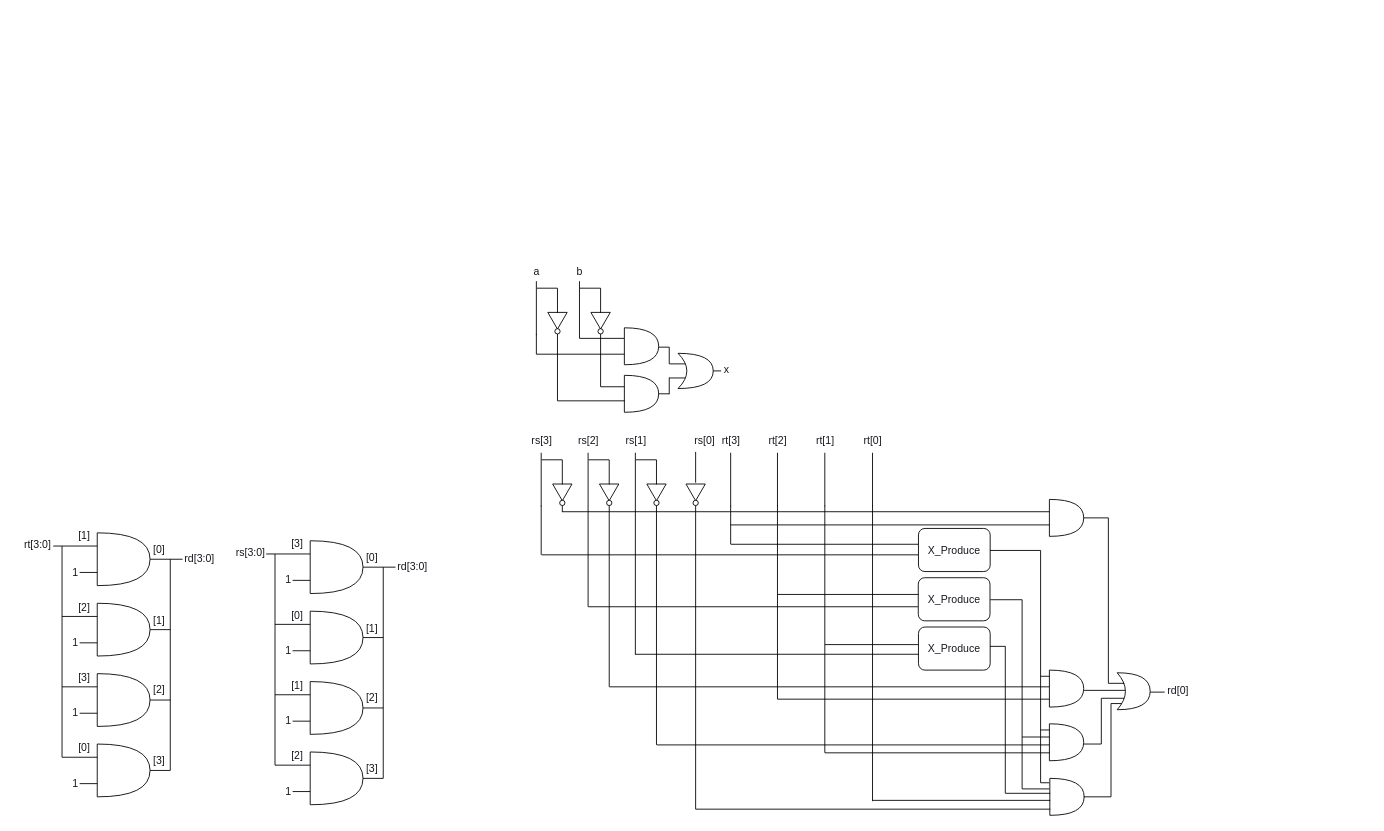
Above: LAB_2/LAB_2.srcs/sources_1/Decode_And_Execute_Function.dio in SamTech37/HD-Lab-Team30 (draw.io), before the change. Source tidied: cells renumbered, new cells numbered last; positions are measured from the earlier drawing's top-left corner, leaving out a move shared by most shapes. Both pictures are drawn from the tidied source at 88%, with x=0, y=0 at pixel (15, 260).
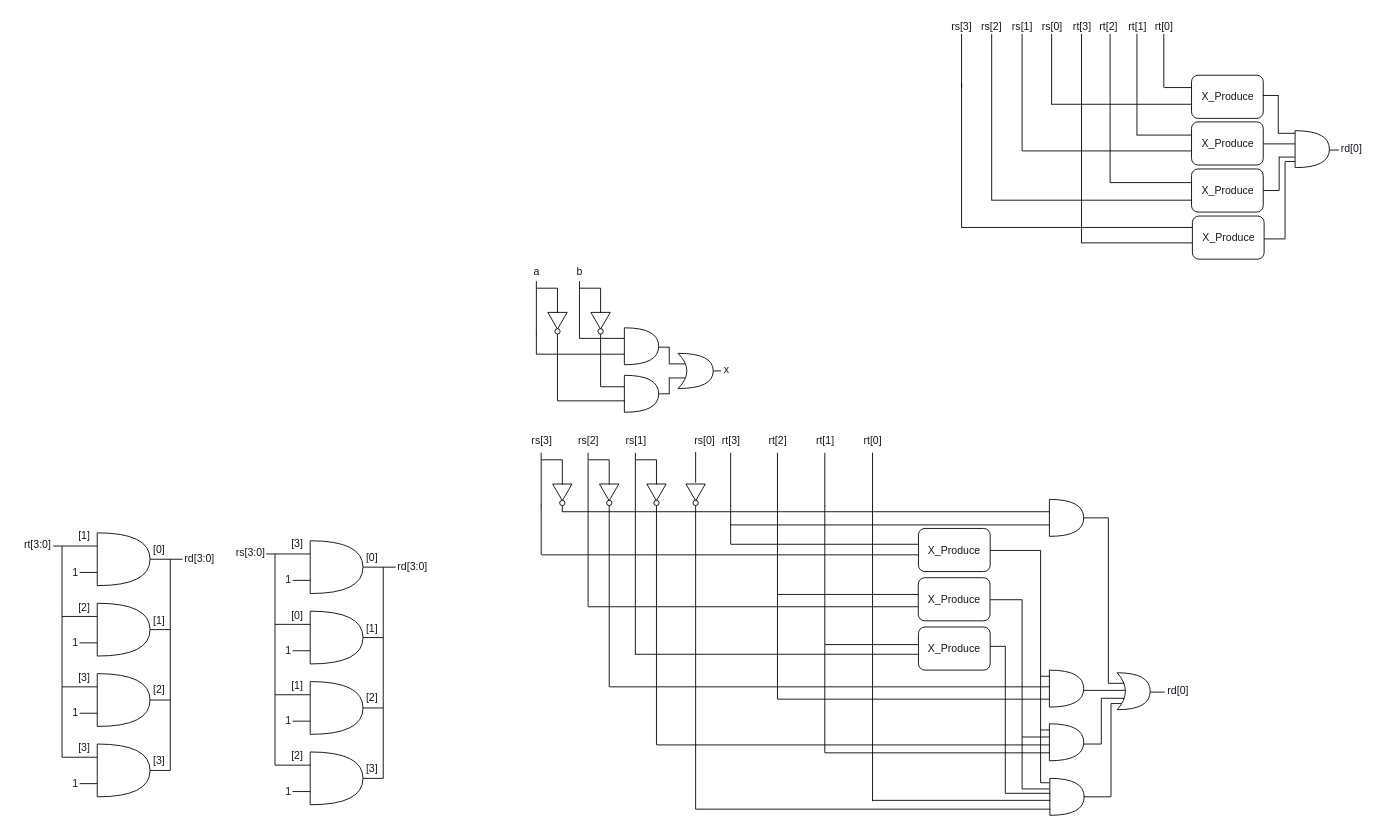
After the change.

Commit message:
add Decode and execute dio file

What changed in the source:
```diff
@@
-    <mxCell id="23" value="[0]" style="text;html=1;align=center;verticalAlign=middle;strokeColor=none;fillColor=none;fontColor=#18141D;" parent="1" vertex="1">
+    <mxCell id="23" value="[3]" style="text;html=1;align=center;verticalAlign=middle;strokeColor=none;fillColor=none;fontColor=#18141D;" parent="1" vertex="1">
       <mxGeometry x="62" y="540" width="31" height="26" as="geometry" />
     </mxCell>
@@
+    <mxCell id="182" value="rs[0]" style="text;html=1;align=center;verticalAlign=middle;strokeColor=none;fillColor=none;fontColor=#18141D;" parent="1" vertex="1">
+      <mxGeometry x="1157" y="-279" width="41" height="26" as="geometry" />
+    </mxCell>
+    <mxCell id="183" value="rs[1]" style="text;html=1;align=center;verticalAlign=middle;strokeColor=none;fillColor=none;fontColor=#18141D;" parent="1" vertex="1">
+      <mxGeometry x="1123.5" y="-279" width="41" height="26" as="geometry" />
+    </mxCell>
+    <mxCell id="184" value="rs[2]" style="text;html=1;align=center;verticalAlign=middle;strokeColor=none;fillColor=none;fontColor=#18141D;" parent="1" vertex="1">
+      <mxGeometry x="1088.9" y="-279" width="41" height="26" as="geometry" />
+    </mxCell>
+    <mxCell id="185" value="rs[3]" style="text;html=1;align=center;verticalAlign=middle;strokeColor=none;fillColor=none;fontColor=#18141D;" parent="1" vertex="1">
+      <mxGeometry x="1054.8" y="-279" width="41" height="26" as="geometry" />
+    </mxCell>
+    <mxCell id="186" value="rt[0]" style="text;html=1;align=center;verticalAlign=middle;strokeColor=none;fillColor=none;fontColor=#18141D;" parent="1" vertex="1">
+      <mxGeometry x="1285.5" y="-279" width="39" height="26" as="geometry" />
+    </mxCell>
+    <mxCell id="187" value="rt[1]" style="text;html=1;align=center;verticalAlign=middle;strokeColor=none;fillColor=none;fontColor=#18141D;" parent="1" vertex="1">
+      <mxGeometry x="1255" y="-279" width="39" height="26" as="geometry" />
+    </mxCell>
+    <mxCell id="188" value="rt[2]" style="text;html=1;align=center;verticalAlign=middle;strokeColor=none;fillColor=none;fontColor=#18141D;" parent="1" vertex="1">
+      <mxGeometry x="1222.5" y="-279" width="39" height="26" as="geometry" />
+    </mxCell>
+    <mxCell id="189" value="rt[3]" style="text;html=1;align=center;verticalAlign=middle;strokeColor=none;fillColor=none;fontColor=#18141D;" parent="1" vertex="1">
+      <mxGeometry x="1192" y="-279" width="39" height="26" as="geometry" />
+    </mxCell>
+    <mxCell id="190" style="line;strokeWidth=1;direction=south;html=1;perimeter=backbonePerimeter;strokeColor=#000000;fontColor=#18141D;fillColor=#FFFFFF;" parent="1" vertex="1">
+      <mxGeometry x="1104.4" y="-258" width="10" height="189" as="geometry" />
+    </mxCell>
+    <mxCell id="191" style="line;strokeWidth=1;direction=south;html=1;perimeter=backbonePerimeter;strokeColor=#000000;fontColor=#18141D;fillColor=#FFFFFF;" parent="1" vertex="1">
+      <mxGeometry x="1300" y="-258" width="10" height="61" as="geometry" />
+    </mxCell>
+    <mxCell id="192" style="line;strokeWidth=1;html=1;strokeColor=#000000;fontColor=#18141D;fillColor=#FFFFFF;" parent="1" vertex="1">
+      <mxGeometry x="1305.5" y="-202" width="31" height="10" as="geometry" />
+    </mxCell>
+    <mxCell id="193" value="X_Produce" style="rounded=1;whiteSpace=wrap;html=1;strokeColor=#000000;strokeWidth=1;fontColor=#18141D;fillColor=#FFFFFF;" parent="1" vertex="1">
+      <mxGeometry x="1336.5" y="-211" width="81.5" height="49" as="geometry" />
+    </mxCell>
+    <mxCell id="194" value="X_Produce" style="rounded=1;whiteSpace=wrap;html=1;strokeColor=#000000;strokeWidth=1;fontColor=#18141D;fillColor=#FFFFFF;" parent="1" vertex="1">
+      <mxGeometry x="1336.5" y="-158" width="81.5" height="49" as="geometry" />
+    </mxCell>
+    <mxCell id="195" value="X_Produce" style="rounded=1;whiteSpace=wrap;html=1;strokeColor=#000000;strokeWidth=1;fontColor=#18141D;fillColor=#FFFFFF;" parent="1" vertex="1">
+      <mxGeometry x="1336.5" y="-104.5" width="81.5" height="49" as="geometry" />
+    </mxCell>
+    <mxCell id="196" style="line;strokeWidth=1;html=1;strokeColor=#000000;fontColor=#18141D;fillColor=#FFFFFF;" parent="1" vertex="1">
+      <mxGeometry x="1274" y="-148" width="62.5" height="10" as="geometry" />
+    </mxCell>
+    <mxCell id="197" style="line;strokeWidth=1;html=1;strokeColor=#000000;fontColor=#18141D;fillColor=#FFFFFF;" parent="1" vertex="1">
+      <mxGeometry x="1244" y="-94" width="92.1" height="10" as="geometry" />
+    </mxCell>
+    <mxCell id="198" style="line;strokeWidth=1;html=1;strokeColor=#000000;fontColor=#18141D;fillColor=#FFFFFF;" parent="1" vertex="1">
+      <mxGeometry x="1075" y="-43" width="267" height="10" as="geometry" />
+    </mxCell>
+    <mxCell id="199" style="line;strokeWidth=1;html=1;strokeColor=#000000;fontColor=#18141D;fillColor=#FFFFFF;" parent="1" vertex="1">
+      <mxGeometry x="1109" y="-74" width="227.6" height="10" as="geometry" />
+    </mxCell>
+    <mxCell id="200" style="line;strokeWidth=1;html=1;strokeColor=#000000;fontColor=#18141D;fillColor=#FFFFFF;" parent="1" vertex="1">
+      <mxGeometry x="1212" y="-25.5" width="125.5" height="10" as="geometry" />
+    </mxCell>
+    <mxCell id="201" style="line;strokeWidth=1;html=1;strokeColor=#000000;fontColor=#18141D;fillColor=#FFFFFF;" parent="1" vertex="1">
+      <mxGeometry x="1418" y="-138" width="36.2" height="10" as="geometry" />
+    </mxCell>
+    <mxCell id="202" style="line;strokeWidth=1;html=1;strokeColor=#000000;fontColor=#18141D;fillColor=#FFFFFF;" parent="1" vertex="1">
+      <mxGeometry x="1418" y="-85" width="18" height="10" as="geometry" />
+    </mxCell>
+    <mxCell id="203" style="line;strokeWidth=1;direction=south;html=1;perimeter=backbonePerimeter;strokeColor=#000000;fontColor=#18141D;fillColor=#FFFFFF;" parent="1" vertex="1">
+      <mxGeometry x="1070.2" y="-202" width="10" height="164" as="geometry" />
+    </mxCell>
+    <mxCell id="204" value="X_Produce" style="rounded=1;whiteSpace=wrap;html=1;strokeColor=#000000;strokeWidth=1;fontColor=#18141D;fillColor=#FFFFFF;" parent="1" vertex="1">
+      <mxGeometry x="1337.5" y="-51" width="81.5" height="49" as="geometry" />
+    </mxCell>
+    <mxCell id="205" style="line;strokeWidth=1;direction=south;html=1;perimeter=backbonePerimeter;strokeColor=#000000;fontColor=#18141D;fillColor=#FFFFFF;" parent="1" vertex="1">
+      <mxGeometry x="1269.5" y="-258" width="10" height="115" as="geometry" />
+    </mxCell>
+    <mxCell id="206" style="line;strokeWidth=1;direction=south;html=1;perimeter=backbonePerimeter;strokeColor=#000000;fontColor=#18141D;fillColor=#FFFFFF;" parent="1" vertex="1">
+      <mxGeometry x="1239" y="-258" width="10" height="169" as="geometry" />
+    </mxCell>
+    <mxCell id="207" style="line;strokeWidth=1;direction=south;html=1;perimeter=backbonePerimeter;strokeColor=#000000;fontColor=#18141D;fillColor=#FFFFFF;" parent="1" vertex="1">
+      <mxGeometry x="1206.5" y="-258" width="10" height="238" as="geometry" />
+    </mxCell>
+    <mxCell id="208" style="line;strokeWidth=1;direction=south;html=1;perimeter=backbonePerimeter;strokeColor=#000000;fontColor=#18141D;fillColor=#FFFFFF;" parent="1" vertex="1">
+      <mxGeometry x="1172.5" y="-258" width="10" height="80" as="geometry" />
+    </mxCell>
+    <mxCell id="209" style="line;strokeWidth=1;direction=south;html=1;perimeter=backbonePerimeter;strokeColor=#000000;fontColor=#18141D;fillColor=#FFFFFF;" parent="1" vertex="1">
+      <mxGeometry x="1139" y="-258" width="10" height="133" as="geometry" />
+    </mxCell>
+    <mxCell id="210" style="line;strokeWidth=1;direction=south;html=1;perimeter=backbonePerimeter;strokeColor=#000000;fontColor=#18141D;fillColor=#FFFFFF;" parent="1" vertex="1">
+      <mxGeometry x="1070.2" y="-258" width="10" height="61" as="geometry" />
+    </mxCell>
+    <mxCell id="211" style="line;strokeWidth=1;html=1;strokeColor=#000000;fontColor=#18141D;fillColor=#FFFFFF;" parent="1" vertex="1">
+      <mxGeometry x="1177" y="-183" width="159.5" height="10" as="geometry" />
+    </mxCell>
+    <mxCell id="212" style="line;strokeWidth=1;html=1;strokeColor=#000000;fontColor=#18141D;fillColor=#FFFFFF;" parent="1" vertex="1">
+      <mxGeometry x="1144" y="-130" width="192.1" height="10" as="geometry" />
+    </mxCell>
+    <mxCell id="213" style="shape=or;whiteSpace=wrap;html=1;fillColor=#FFFFFF;strokeColor=#000000;" parent="1" vertex="1">
+      <mxGeometry x="1454.2" y="-148" width="39" height="42" as="geometry" />
+    </mxCell>
+    <mxCell id="214" style="line;strokeWidth=1;direction=south;html=1;perimeter=backbonePerimeter;strokeColor=#000000;fontColor=#18141D;fillColor=#FFFFFF;" parent="1" vertex="1">
+      <mxGeometry x="1431.1" y="-118" width="10" height="38" as="geometry" />
+    </mxCell>
+    <mxCell id="215" style="line;strokeWidth=1;html=1;strokeColor=#000000;fontColor=#18141D;fillColor=#FFFFFF;" parent="1" vertex="1">
+      <mxGeometry x="1435.5" y="-123" width="18.5" height="10" as="geometry" />
+    </mxCell>
+    <mxCell id="216" style="line;strokeWidth=1;html=1;strokeColor=#000000;fontColor=#18141D;fillColor=#FFFFFF;" parent="1" vertex="1">
+      <mxGeometry x="1419" y="-30" width="24" height="10" as="geometry" />
+    </mxCell>
+    <mxCell id="217" style="line;strokeWidth=1;direction=south;html=1;perimeter=backbonePerimeter;strokeColor=#000000;fontColor=#18141D;fillColor=#FFFFFF;" parent="1" vertex="1">
+      <mxGeometry x="1437.8" y="-112.8" width="10" height="87.5" as="geometry" />
+    </mxCell>
+    <mxCell id="218" style="line;strokeWidth=1;html=1;strokeColor=#000000;fontColor=#18141D;fillColor=#FFFFFF;" parent="1" vertex="1">
+      <mxGeometry x="1443" y="-118" width="11.2" height="10" as="geometry" />
+    </mxCell>
+    <mxCell id="219" style="line;strokeWidth=1;html=1;strokeColor=#000000;fontColor=#18141D;fillColor=#FFFFFF;" parent="1" vertex="1">
+      <mxGeometry x="1417.5" y="-193" width="18" height="10" as="geometry" />
+    </mxCell>
+    <mxCell id="220" style="line;strokeWidth=1;direction=south;html=1;perimeter=backbonePerimeter;strokeColor=#000000;fontColor=#18141D;fillColor=#FFFFFF;" parent="1" vertex="1">
+      <mxGeometry x="1430.1" y="-188" width="10" height="43" as="geometry" />
+    </mxCell>
+    <mxCell id="221" style="line;strokeWidth=1;html=1;strokeColor=#000000;fontColor=#18141D;fillColor=#FFFFFF;" parent="1" vertex="1">
+      <mxGeometry x="1435" y="-150" width="19" height="10" as="geometry" />
+    </mxCell>
+    <mxCell id="222" style="line;strokeWidth=1;html=1;strokeColor=#000000;fontColor=#18141D;fillColor=#FFFFFF;" parent="1" vertex="1">
+      <mxGeometry x="1493.2" y="-131" width="10.8" height="10" as="geometry" />
+    </mxCell>
+    <mxCell id="223" value="rd[0]" style="text;html=1;align=center;verticalAlign=middle;strokeColor=none;fillColor=none;fontColor=#18141D;" parent="1" vertex="1">
+      <mxGeometry x="1497" y="-140" width="42" height="26" as="geometry" />
+    </mxCell>
```
